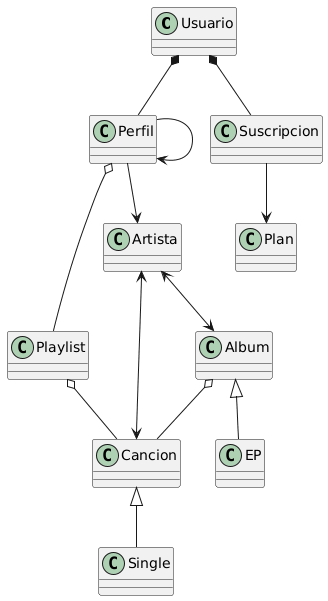
mmasias/25-26-IDSW2 keeps this PlantUML diagram as entregas/romeroAngel/images/MdD.png. Above is the earlier version. Its diagram source:
```plantuml
@startuml
class Usuario
class Perfil
class Suscripcion
class Plan

class Album
class EP
class Cancion
class Playlist
class Single
class Artista

Suscripcion --> Plan
Usuario *-- Perfil
Usuario *-- Suscripcion
Perfil o-- Playlist

Perfil --> Perfil
Perfil --> Artista

Album o-- Cancion
Album <|-- EP
Cancion <|-- Single
Playlist o-- Cancion


Artista <--> Album
Artista <--> Cancion
@enduml
```
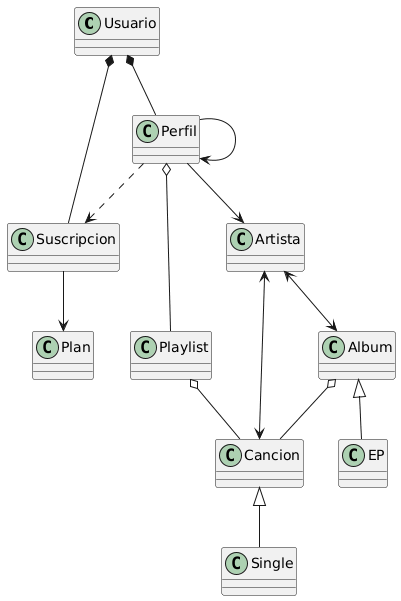
After the change.

Commit message:
docs: añadir relacioeperfil-suscripcion(uso)

The edit, as a diff of the source:
```diff
@@ -1,30 +1,31 @@
 @startuml
 class Usuario
-class Perfil
-class Suscripcion
-class Plan
+  class Perfil
+  class Suscripcion
+  class Plan
 
-class Album
-class EP
-class Cancion
-class Playlist
-class Single
-class Artista
+  class Album
+  class EP
+  class Cancion
+  class Playlist
+  class Single
+  class Artista
 
-Suscripcion --> Plan
-Usuario *-- Perfil
-Usuario *-- Suscripcion
-Perfil o-- Playlist
+  Suscripcion --> Plan
+  Usuario *-- Perfil
+  Usuario *-- Suscripcion
+  Perfil ..> Suscripcion
+  Perfil o-- Playlist
 
-Perfil --> Perfil
-Perfil --> Artista
+  Perfil --> Perfil
+  Perfil --> Artista
 
-Album o-- Cancion
-Album <|-- EP
-Cancion <|-- Single
-Playlist o-- Cancion
+  Album o-- Cancion
+  Album <|-- EP
+  Cancion <|-- Single
+  Playlist o-- Cancion
 
 
-Artista <--> Album
-Artista <--> Cancion
+  Artista <--> Album
+  Artista <--> Cancion
 @enduml
```
